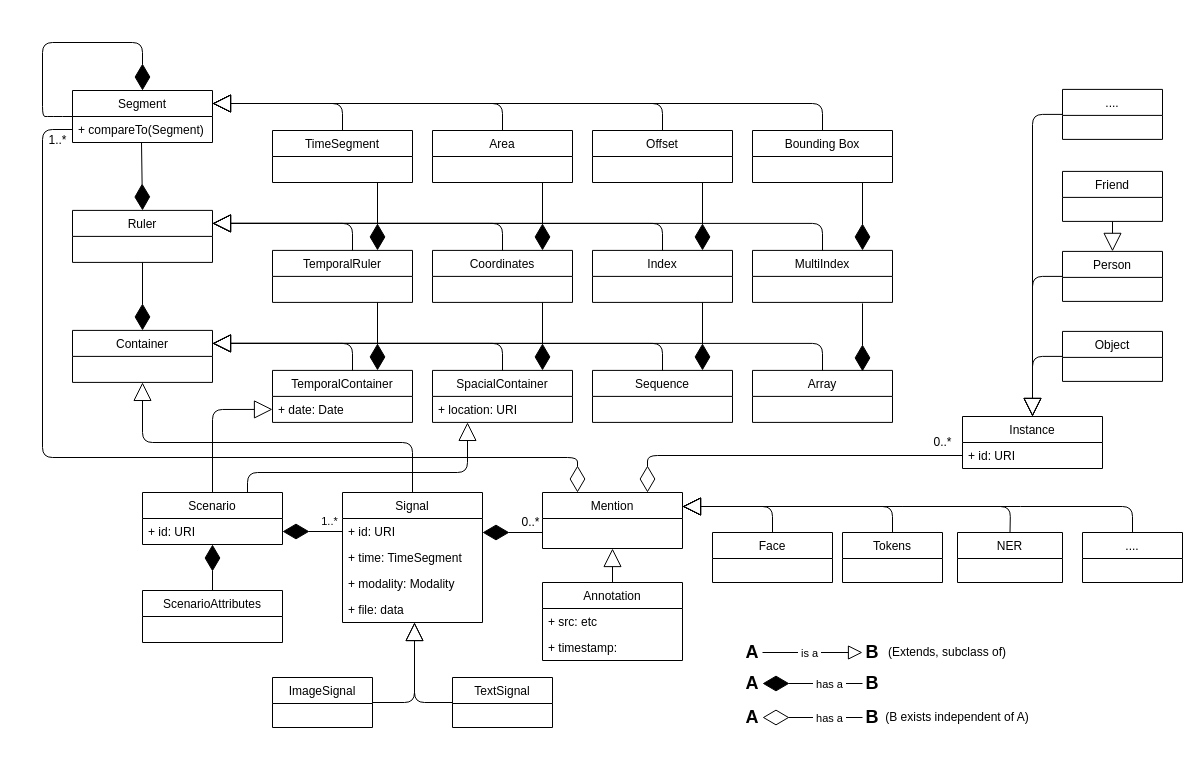
The draw.io diagram data/test-scenes/Datarepresentation.drawio in cltl/ma-communicative-robots, before the edit. Source tidied: cells renumbered, new cells numbered last; positions are measured from the earlier drawing's top-left corner, leaving out a move shared by most shapes. Both pictures are drawn from the tidied source at 100%, with x=0, y=0 at pixel (42, 42).
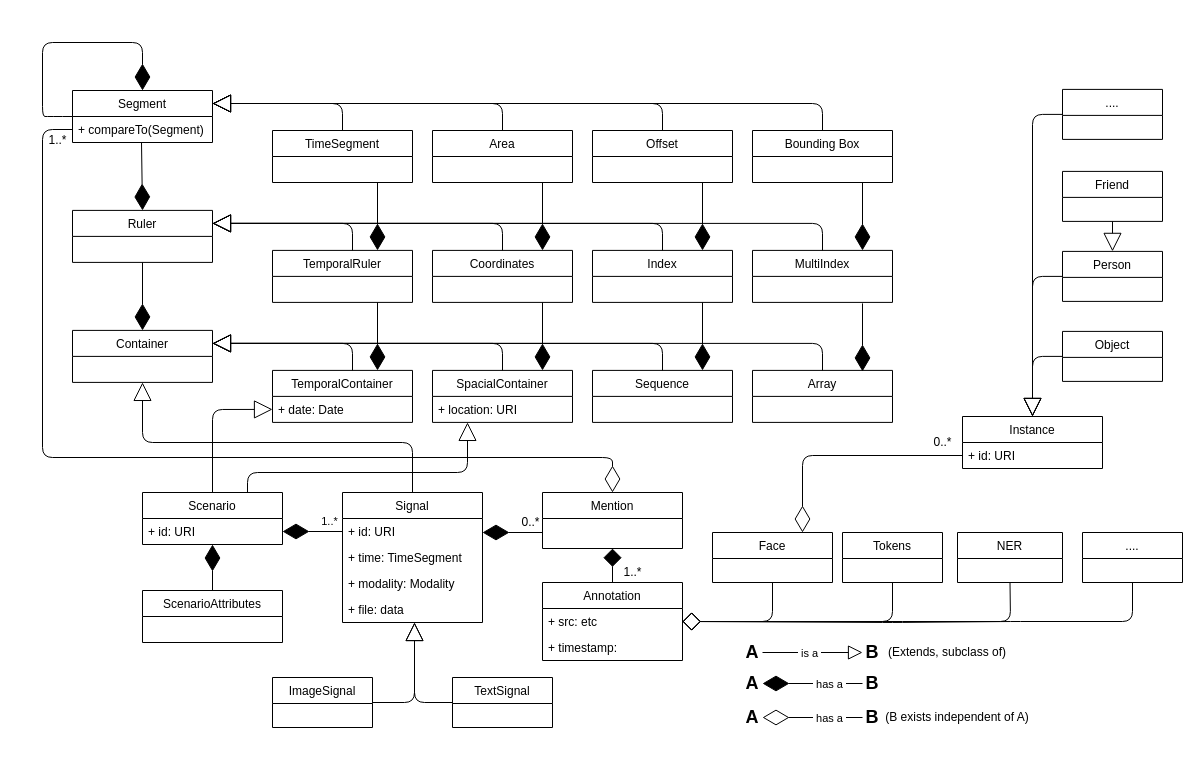
Above is the later version.

Unchanged cells that the change refers to:
```xml
<mxCell id="27" value="+ compareTo(Segment)&#10;" style="text;strokeColor=none;fillColor=none;align=left;verticalAlign=top;spacingLeft=4;spacingRight=4;overflow=hidden;points=[[0,0.5],[1,0.5]];portConstraint=eastwest;" parent="26" vertex="1">
  <mxGeometry y="26" width="140" height="26" as="geometry" />
</mxCell>
<mxCell id="46" value="Face" style="swimlane;fontStyle=0;horizontal=1;startSize=26;fillColor=none;" parent="1" vertex="1">
  <mxGeometry x="670" y="490" width="120" height="50" as="geometry" />
</mxCell>
<mxCell id="47" value="Tokens" style="swimlane;fontStyle=0;horizontal=1;startSize=26;fillColor=none;" parent="1" vertex="1">
  <mxGeometry x="800" y="490" width="100" height="50" as="geometry" />
</mxCell>
<mxCell id="48" value="Mention" style="swimlane;fontStyle=0;horizontal=1;startSize=26;fillColor=none;" parent="1" vertex="1">
  <mxGeometry x="500" y="450" width="140" height="56" as="geometry" />
</mxCell>
<mxCell id="78" value="NER" style="swimlane;fontStyle=0;horizontal=1;startSize=26;fillColor=none;" parent="1" vertex="1">
  <mxGeometry x="915" y="490" width="105" height="50" as="geometry" />
</mxCell>
<mxCell id="80" value="+ id: URI" style="text;strokeColor=none;fillColor=none;align=left;verticalAlign=top;spacingLeft=4;spacingRight=4;overflow=hidden;points=[[0,0.5],[1,0.5]];portConstraint=eastwest;" parent="79" vertex="1">
  <mxGeometry y="26" width="140" height="26" as="geometry" />
</mxCell>
<mxCell id="96" value="...." style="swimlane;fontStyle=0;horizontal=1;startSize=26;fillColor=none;" parent="1" vertex="1">
  <mxGeometry x="1040" y="490" width="100" height="50" as="geometry" />
</mxCell>
<mxCell id="100" value="Annotation" style="swimlane;fontStyle=0;horizontal=1;startSize=26;fillColor=none;" parent="1" vertex="1">
  <mxGeometry x="500" y="540" width="140" height="78" as="geometry" />
</mxCell>
<mxCell id="101" value="+ src: etc" style="text;strokeColor=none;fillColor=none;align=left;verticalAlign=top;spacingLeft=4;spacingRight=4;overflow=hidden;points=[[0,0.5],[1,0.5]];portConstraint=eastwest;" parent="100" vertex="1">
  <mxGeometry y="26" width="140" height="26" as="geometry" />
</mxCell>
```

Change to the diagram source:
```diff
@@
-    <mxCell id="50" style="endArrow=block;endSize=16;endFill=0;html=1;exitX=0.5;exitY=0;exitDx=0;exitDy=0;entryX=1;entryY=0.25;entryDx=0;entryDy=0;" parent="1" edge="1" source="46" target="48">
+    <mxCell id="50" style="endArrow=diamond;endSize=16;endFill=0;html=1;entryX=1;entryY=0.5;entryDx=0;entryDy=0;exitX=0.5;exitY=1;exitDx=0;exitDy=0;" parent="1" edge="1" source="46" target="101">
       <mxGeometry relative="1" as="geometry">
         <Array as="points">
-          <mxPoint x="730" y="464" />
+          <mxPoint x="730" y="579" />
         </Array>
       </mxGeometry>
     </mxCell>
@@
-    <mxCell id="75" style="endArrow=diamondThin;endFill=0;endSize=24;html=1;exitX=0;exitY=0.5;exitDx=0;exitDy=0;entryX=0.75;entryY=0;entryDx=0;entryDy=0;" parent="1" edge="1" source="80" target="48">
+    <mxCell id="75" style="endArrow=diamondThin;endFill=0;endSize=24;html=1;exitX=0;exitY=0.5;exitDx=0;exitDy=0;entryX=0.75;entryY=0;entryDx=0;entryDy=0;" parent="1" edge="1" source="80" target="46">
       <mxGeometry relative="1" as="geometry">
         <Array as="points">
-          <mxPoint x="605" y="413" />
+          <mxPoint x="760" y="413" />
         </Array>
       </mxGeometry>
     </mxCell>
@@
-    <mxCell id="77" style="endArrow=diamondThin;endFill=0;endSize=24;html=1;exitX=0;exitY=0.5;exitDx=0;exitDy=0;" parent="1" edge="1" source="27">
+    <mxCell id="77" style="endArrow=diamondThin;endFill=0;endSize=24;html=1;exitX=0;exitY=0.5;exitDx=0;exitDy=0;entryX=0.5;entryY=0;entryDx=0;entryDy=0;" parent="1" edge="1" source="27" target="48">
       <mxGeometry relative="1" as="geometry">
-        <mxPoint x="535" y="450" as="targetPoint" />
         <Array as="points">
           <mxPoint y="87" />
           <mxPoint y="415" />
-          <mxPoint x="535" y="415" />
+          <mxPoint x="570" y="415" />
         </Array>
       </mxGeometry>
     </mxCell>
@@
-    <mxCell id="90" style="endArrow=block;endSize=16;endFill=0;html=1;exitX=0.5;exitY=0;exitDx=0;exitDy=0;entryX=1;entryY=0.25;entryDx=0;entryDy=0;" parent="1" edge="1" source="47" target="48">
+    <mxCell id="90" style="endArrow=diamond;endSize=16;endFill=0;html=1;exitX=0.5;exitY=1;exitDx=0;exitDy=0;entryX=1;entryY=0.5;entryDx=0;entryDy=0;" parent="1" edge="1" source="47" target="101">
       <mxGeometry relative="1" as="geometry">
         <Array as="points">
-          <mxPoint x="850" y="464" />
-          <mxPoint x="730" y="464" />
+          <mxPoint x="850" y="579" />
+          <mxPoint x="730" y="579" />
         </Array>
       </mxGeometry>
     </mxCell>
-    <mxCell id="91" style="endArrow=block;endSize=16;endFill=0;html=1;exitX=0.5;exitY=0;exitDx=0;exitDy=0;entryX=1;entryY=0.25;entryDx=0;entryDy=0;" parent="1" edge="1" source="78" target="48">
+    <mxCell id="91" style="endArrow=diamond;endSize=16;endFill=0;html=1;exitX=0.5;exitY=1;exitDx=0;exitDy=0;entryX=1;entryY=0.5;entryDx=0;entryDy=0;" parent="1" edge="1" source="78" target="101">
       <mxGeometry relative="1" as="geometry">
         <Array as="points">
-          <mxPoint x="968" y="464" />
-          <mxPoint x="850" y="464" />
-          <mxPoint x="730" y="464" />
+          <mxPoint x="968" y="579" />
+          <mxPoint x="850" y="579" />
+          <mxPoint x="740" y="579" />
         </Array>
       </mxGeometry>
     </mxCell>
-    <mxCell id="92" style="endArrow=block;endSize=16;endFill=0;html=1;exitX=0.5;exitY=0;exitDx=0;exitDy=0;entryX=1;entryY=0.25;entryDx=0;entryDy=0;" parent="1" edge="1" source="96" target="48">
+    <mxCell id="92" style="endArrow=diamond;endSize=16;endFill=0;html=1;exitX=0.5;exitY=1;exitDx=0;exitDy=0;entryX=1;entryY=0.5;entryDx=0;entryDy=0;" parent="1" edge="1" source="96" target="101">
       <mxGeometry relative="1" as="geometry">
         <Array as="points">
-          <mxPoint x="1090" y="464" />
-          <mxPoint x="968" y="464" />
-          <mxPoint x="850" y="464" />
-          <mxPoint x="730" y="464" />
+          <mxPoint x="1090" y="579" />
+          <mxPoint x="968" y="579" />
+          <mxPoint x="850" y="580" />
         </Array>
       </mxGeometry>
     </mxCell>
@@
-    <mxCell id="97" style="endArrow=block;endSize=16;endFill=0;html=1;exitX=0.5;exitY=0;exitDx=0;exitDy=0;entryX=0.5;entryY=1;entryDx=0;entryDy=0;" parent="1" edge="1" source="100" target="48">
+    <mxCell id="97" style="endArrow=diamond;endSize=16;endFill=1;html=1;exitX=0.5;exitY=0;exitDx=0;exitDy=0;entryX=0.5;entryY=1;entryDx=0;entryDy=0;" parent="1" edge="1" source="100" target="48">
       <mxGeometry x="-0.45" relative="1" as="geometry" />
     </mxCell>
@@
+    <mxCell id="104" value="1..*" style="text;html=1;align=center;verticalAlign=middle;" parent="1" vertex="1">
+      <mxGeometry x="575" y="520" width="30" height="20" as="geometry" />
+    </mxCell>
```
